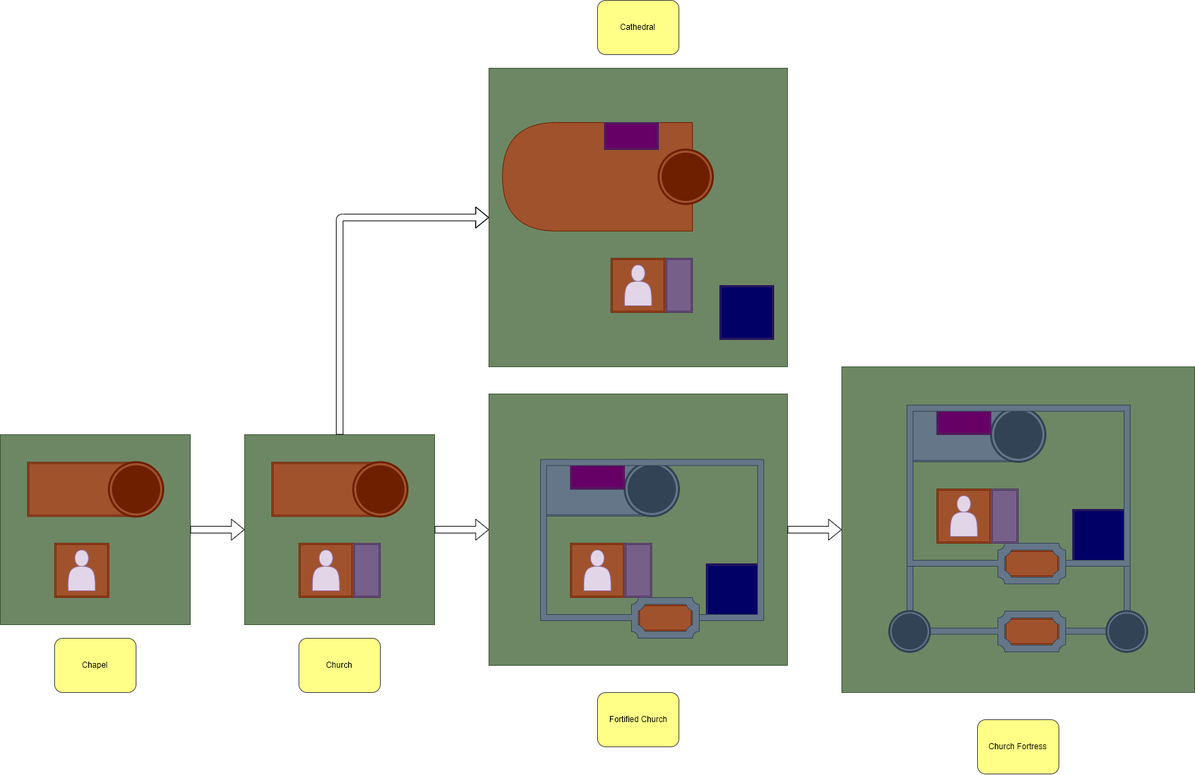
Earlier version of the draw.io export manual/castle_design/fortifications-Clergy.png (WiebedeBoer/middle3D). Source tidied: cells renumbered, new cells last; positions are measured from the earlier drawing's top-left corner, leaving out a move shared by most shapes.
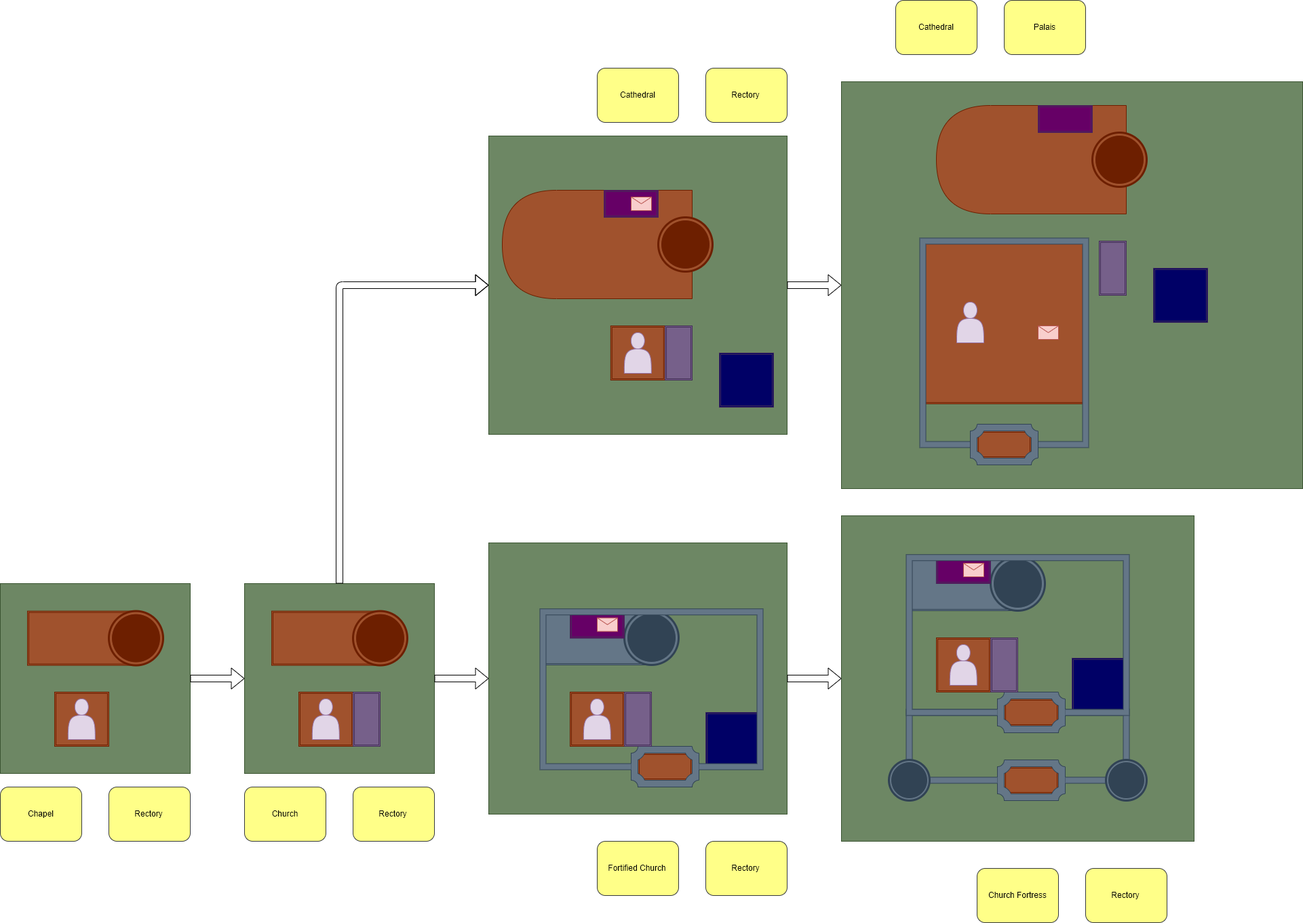
The same file after the commit.

The edit, as a diff of the source:
```diff
@@ -2,6 +2,12 @@
   <root>
     <mxCell id="0" />
     <mxCell id="1" parent="0" />
+    <mxCell id="60" style="rounded=0;whiteSpace=wrap;html=1;fillColor=#6d8764;strokeColor=#3A5431;fontColor=#ffffff;" parent="1" vertex="1">
+      <mxGeometry x="1240" y="-100" width="680" height="600" as="geometry" />
+    </mxCell>
+    <mxCell id="61" style="shape=ext;double=1;rounded=0;whiteSpace=wrap;html=1;fillColor=#a0522d;strokeColor=#6D1F00;fontColor=#ffffff;" parent="1" vertex="1">
+      <mxGeometry x="1440" y="415" width="80" height="40" as="geometry" />
+    </mxCell>
     <mxCell id="2" style="rounded=0;whiteSpace=wrap;html=1;fillColor=#6d8764;strokeColor=#3A5431;fontColor=#ffffff;" parent="1" vertex="1">
       <mxGeometry x="720" y="580" width="440" height="400" as="geometry" />
     </mxCell>
@@ -21,7 +27,7 @@
       <mxGeometry y="640" width="280" height="280" as="geometry" />
     </mxCell>
     <mxCell id="8" value="Chapel" style="rounded=1;whiteSpace=wrap;html=1;shadow=0;fillColor=#ffff88;strokeColor=#36393d;" parent="1" vertex="1">
-      <mxGeometry x="80" y="940" width="120" height="80" as="geometry" />
+      <mxGeometry y="940" width="120" height="80" as="geometry" />
     </mxCell>
     <mxCell id="9" style="shape=ext;double=1;rounded=0;whiteSpace=wrap;html=1;fillColor=#a0522d;strokeColor=#6D1F00;fontColor=#ffffff;" parent="1" vertex="1">
       <mxGeometry x="40" y="680.6" width="160" height="80" as="geometry" />
@@ -39,7 +45,7 @@
       <mxGeometry x="360" y="640" width="280" height="280" as="geometry" />
     </mxCell>
     <mxCell id="14" value="Church" style="rounded=1;whiteSpace=wrap;html=1;shadow=0;fillColor=#ffff88;strokeColor=#36393d;" parent="1" vertex="1">
-      <mxGeometry x="440" y="940" width="120" height="80" as="geometry" />
+      <mxGeometry x="360" y="940" width="120" height="80" as="geometry" />
     </mxCell>
     <mxCell id="15" style="shape=ext;double=1;rounded=0;whiteSpace=wrap;html=1;fillColor=#a0522d;strokeColor=#6D1F00;fontColor=#ffffff;" parent="1" vertex="1">
       <mxGeometry x="400" y="680.6" width="160" height="80" as="geometry" />
@@ -54,22 +60,22 @@
       <mxGeometry x="520" y="680.6" width="80" height="80" as="geometry" />
     </mxCell>
     <mxCell id="19" style="rounded=0;whiteSpace=wrap;html=1;fillColor=#6d8764;strokeColor=#3A5431;fontColor=#ffffff;" parent="1" vertex="1">
-      <mxGeometry x="720" y="100" width="440" height="440" as="geometry" />
+      <mxGeometry x="720" y="-20" width="440" height="440" as="geometry" />
     </mxCell>
     <mxCell id="20" value="Cathedral" style="rounded=1;whiteSpace=wrap;html=1;shadow=0;fillColor=#ffff88;strokeColor=#36393d;" parent="1" vertex="1">
-      <mxGeometry x="880" width="120" height="80" as="geometry" />
+      <mxGeometry x="880" y="-120" width="120" height="80" as="geometry" />
     </mxCell>
     <mxCell id="21" style="shape=ext;double=1;rounded=0;whiteSpace=wrap;html=1;fillColor=#a0522d;strokeColor=#6D1F00;fontColor=#ffffff;" parent="1" vertex="1">
-      <mxGeometry x="899.8" y="380" width="80" height="80" as="geometry" />
+      <mxGeometry x="899.8" y="260" width="80" height="80" as="geometry" />
     </mxCell>
     <mxCell id="22" style="shape=actor;whiteSpace=wrap;html=1;fillColor=#e1d5e7;strokeColor=#9673a6;" parent="1" vertex="1">
-      <mxGeometry x="919.8" y="390" width="40" height="60" as="geometry" />
+      <mxGeometry x="919.8" y="270" width="40" height="60" as="geometry" />
     </mxCell>
     <mxCell id="23" style="shape=delay;whiteSpace=wrap;html=1;fillColor=#a0522d;strokeColor=#6D1F00;fontColor=#ffffff;direction=west;" parent="1" vertex="1">
-      <mxGeometry x="740" y="180" width="280" height="160" as="geometry" />
+      <mxGeometry x="740" y="60" width="280" height="160" as="geometry" />
     </mxCell>
     <mxCell id="24" style="shape=mxgraph.bpmn.shape;html=1;verticalLabelPosition=bottom;labelBackgroundColor=#ffffff;verticalAlign=top;align=center;perimeter=ellipsePerimeter;outline=end;symbol=terminate;fillColor=#a0522d;strokeColor=#6D1F00;fontColor=#ffffff;" parent="1" vertex="1">
-      <mxGeometry x="970" y="220" width="80" height="80" as="geometry" />
+      <mxGeometry x="970" y="100" width="80" height="80" as="geometry" />
     </mxCell>
     <mxCell id="25" style="shape=flexArrow;endArrow=classic;html=1;entryX=0;entryY=0.5;entryDx=0;entryDy=0;exitX=1;exitY=0.5;exitDx=0;exitDy=0;" parent="1" edge="1" source="7" target="13">
       <mxGeometry relative="1" as="geometry" />
@@ -80,7 +86,7 @@
     <mxCell id="27" style="shape=flexArrow;endArrow=classic;html=1;entryX=0;entryY=0.5;entryDx=0;entryDy=0;exitX=0.5;exitY=0;exitDx=0;exitDy=0;" parent="1" edge="1" source="13" target="19">
       <mxGeometry relative="1" as="geometry">
         <Array as="points">
-          <mxPoint x="500" y="320" />
+          <mxPoint x="500" y="200" />
         </Array>
       </mxGeometry>
     </mxCell>
@@ -156,10 +162,10 @@
       <mxGeometry x="1440" y="1060" width="120" height="80" as="geometry" />
     </mxCell>
     <mxCell id="49" style="shape=ext;double=1;rounded=0;whiteSpace=wrap;html=1;fillColor=#000066;strokeColor=#432D57;fontColor=#ffffff;" parent="1" vertex="1">
-      <mxGeometry x="1060" y="420" width="80" height="80" as="geometry" />
+      <mxGeometry x="1060" y="300" width="80" height="80" as="geometry" />
     </mxCell>
     <mxCell id="50" style="shape=ext;double=1;rounded=0;whiteSpace=wrap;html=1;fillColor=#76608a;strokeColor=#432D57;fontColor=#ffffff;" parent="1" vertex="1">
-      <mxGeometry x="980" y="380" width="40" height="80" as="geometry" />
+      <mxGeometry x="980" y="260" width="40" height="80" as="geometry" />
     </mxCell>
     <mxCell id="51" style="shape=ext;double=1;rounded=0;whiteSpace=wrap;html=1;fillColor=#76608a;strokeColor=#432D57;fontColor=#ffffff;" parent="1" vertex="1">
       <mxGeometry x="920" y="800" width="40" height="80" as="geometry" />
@@ -171,7 +177,7 @@
       <mxGeometry x="1460" y="720" width="40" height="80" as="geometry" />
     </mxCell>
     <mxCell id="54" style="shape=ext;double=1;rounded=0;whiteSpace=wrap;html=1;fillColor=#660066;strokeColor=#432D57;fontColor=#ffffff;" parent="1" vertex="1">
-      <mxGeometry x="890" y="180" width="80" height="40" as="geometry" />
+      <mxGeometry x="890" y="60" width="80" height="40" as="geometry" />
     </mxCell>
     <mxCell id="55" style="shape=ext;double=1;rounded=0;whiteSpace=wrap;html=1;fillColor=#660066;strokeColor=#432D57;fontColor=#ffffff;" parent="1" vertex="1">
       <mxGeometry x="840" y="680.6" width="80" height="40" as="geometry" />
@@ -204,5 +210,75 @@
     <mxCell id="59" style="shape=flexArrow;endArrow=classic;html=1;entryX=0;entryY=0.5;entryDx=0;entryDy=0;exitX=1;exitY=0.5;exitDx=0;exitDy=0;" parent="1" edge="1" source="2" target="4">
       <mxGeometry relative="1" as="geometry" />
     </mxCell>
+    <mxCell id="62" style="shape=delay;whiteSpace=wrap;html=1;fillColor=#a0522d;strokeColor=#6D1F00;fontColor=#ffffff;direction=west;" parent="1" vertex="1">
+      <mxGeometry x="1380" y="-65" width="280" height="160" as="geometry" />
+    </mxCell>
+    <mxCell id="63" style="shape=mxgraph.bpmn.shape;html=1;verticalLabelPosition=bottom;labelBackgroundColor=#ffffff;verticalAlign=top;align=center;perimeter=ellipsePerimeter;outline=end;symbol=terminate;fillColor=#a0522d;strokeColor=#6D1F00;fontColor=#ffffff;" parent="1" vertex="1">
+      <mxGeometry x="1610" y="-25" width="80" height="80" as="geometry" />
+    </mxCell>
+    <mxCell id="64" style="shape=ext;double=1;rounded=0;whiteSpace=wrap;html=1;fillColor=#000066;strokeColor=#432D57;fontColor=#ffffff;" parent="1" vertex="1">
+      <mxGeometry x="1700" y="175" width="80" height="80" as="geometry" />
+    </mxCell>
+    <mxCell id="65" style="shape=ext;double=1;rounded=0;whiteSpace=wrap;html=1;fillColor=#76608a;strokeColor=#432D57;fontColor=#ffffff;" parent="1" vertex="1">
+      <mxGeometry x="1620" y="135" width="40" height="80" as="geometry" />
+    </mxCell>
+    <mxCell id="66" style="shape=ext;double=1;rounded=0;whiteSpace=wrap;html=1;fillColor=#660066;strokeColor=#432D57;fontColor=#ffffff;" parent="1" vertex="1">
+      <mxGeometry x="1530" y="-65" width="80" height="40" as="geometry" />
+    </mxCell>
+    <mxCell id="67" style="shape=ext;double=1;rounded=0;whiteSpace=wrap;html=1;fillColor=#a0522d;strokeColor=#6D1F00;fontColor=#ffffff;" parent="1" vertex="1">
+      <mxGeometry x="1360" y="135" width="240" height="240" as="geometry" />
+    </mxCell>
+    <mxCell id="68" style="shape=filledEdge;rounded=0;fixDash=1;endArrow=none;strokeWidth=10;fillColor=#647687;edgeStyle=orthogonalEdgeStyle;strokeColor=#314354;entryX=1;entryY=0.5;entryDx=0;entryDy=0;entryPerimeter=0;exitX=0;exitY=0.5;exitDx=0;exitDy=0;exitPerimeter=0;" parent="1" edge="1" source="69" target="69">
+      <mxGeometry relative="1" as="geometry">
+        <Array as="points">
+          <mxPoint x="1360" y="435" />
+          <mxPoint x="1360" y="135" />
+          <mxPoint x="1600" y="135" />
+          <mxPoint x="1600" y="435" />
+        </Array>
+      </mxGeometry>
+    </mxCell>
+    <mxCell id="69" style="verticalLabelPosition=bottom;verticalAlign=top;html=1;shape=mxgraph.basic.plaque_frame;dx=10;fillColor=#647687;strokeColor=#314354;fontColor=#ffffff;shadow=0;" parent="1" vertex="1">
+      <mxGeometry x="1430" y="405" width="100" height="60" as="geometry" />
+    </mxCell>
+    <mxCell id="70" style="shape=actor;whiteSpace=wrap;html=1;fillColor=#e1d5e7;strokeColor=#9673a6;" parent="1" vertex="1">
+      <mxGeometry x="1410" y="225" width="40" height="60" as="geometry" />
+    </mxCell>
+    <mxCell id="71" value="Cathedral" style="rounded=1;whiteSpace=wrap;html=1;shadow=0;fillColor=#ffff88;strokeColor=#36393d;" parent="1" vertex="1">
+      <mxGeometry x="1320" y="-220" width="120" height="80" as="geometry" />
+    </mxCell>
+    <mxCell id="72" value="Palais" style="rounded=1;whiteSpace=wrap;html=1;shadow=0;fillColor=#ffff88;strokeColor=#36393d;" parent="1" vertex="1">
+      <mxGeometry x="1480" y="-220" width="120" height="80" as="geometry" />
+    </mxCell>
+    <mxCell id="73" style="shape=flexArrow;endArrow=classic;html=1;entryX=0;entryY=0.5;entryDx=0;entryDy=0;exitX=1;exitY=0.5;exitDx=0;exitDy=0;" parent="1" edge="1" source="19" target="60">
+      <mxGeometry relative="1" as="geometry" />
+    </mxCell>
+    <mxCell id="74" style="shape=message;whiteSpace=wrap;html=1;fillColor=#f8cecc;strokeColor=#b85450;" parent="1" vertex="1">
+      <mxGeometry x="880" y="690.6" width="30" height="20" as="geometry" />
+    </mxCell>
+    <mxCell id="75" style="shape=message;whiteSpace=wrap;html=1;fillColor=#f8cecc;strokeColor=#b85450;" parent="1" vertex="1">
+      <mxGeometry x="1420" y="610" width="30" height="20" as="geometry" />
+    </mxCell>
+    <mxCell id="76" style="shape=message;whiteSpace=wrap;html=1;fillColor=#f8cecc;strokeColor=#b85450;" parent="1" vertex="1">
+      <mxGeometry x="930" y="70" width="30" height="20" as="geometry" />
+    </mxCell>
+    <mxCell id="77" style="shape=message;whiteSpace=wrap;html=1;fillColor=#f8cecc;strokeColor=#b85450;" parent="1" vertex="1">
+      <mxGeometry x="1530" y="260" width="30" height="20" as="geometry" />
+    </mxCell>
+    <mxCell id="78" value="Rectory" style="rounded=1;whiteSpace=wrap;html=1;shadow=0;fillColor=#ffff88;strokeColor=#36393d;" parent="1" vertex="1">
+      <mxGeometry x="1040" y="-120" width="120" height="80" as="geometry" />
+    </mxCell>
+    <mxCell id="79" value="Rectory" style="rounded=1;whiteSpace=wrap;html=1;shadow=0;fillColor=#ffff88;strokeColor=#36393d;" parent="1" vertex="1">
+      <mxGeometry x="160" y="940" width="120" height="80" as="geometry" />
+    </mxCell>
+    <mxCell id="80" value="Rectory" style="rounded=1;whiteSpace=wrap;html=1;shadow=0;fillColor=#ffff88;strokeColor=#36393d;" parent="1" vertex="1">
+      <mxGeometry x="520" y="940" width="120" height="80" as="geometry" />
+    </mxCell>
+    <mxCell id="81" value="Rectory" style="rounded=1;whiteSpace=wrap;html=1;shadow=0;fillColor=#ffff88;strokeColor=#36393d;" parent="1" vertex="1">
+      <mxGeometry x="1040" y="1020" width="120" height="80" as="geometry" />
+    </mxCell>
+    <mxCell id="82" value="Rectory" style="rounded=1;whiteSpace=wrap;html=1;shadow=0;fillColor=#ffff88;strokeColor=#36393d;" parent="1" vertex="1">
+      <mxGeometry x="1600" y="1060" width="120" height="80" as="geometry" />
+    </mxCell>
   </root>
 </mxGraphModel>
```
